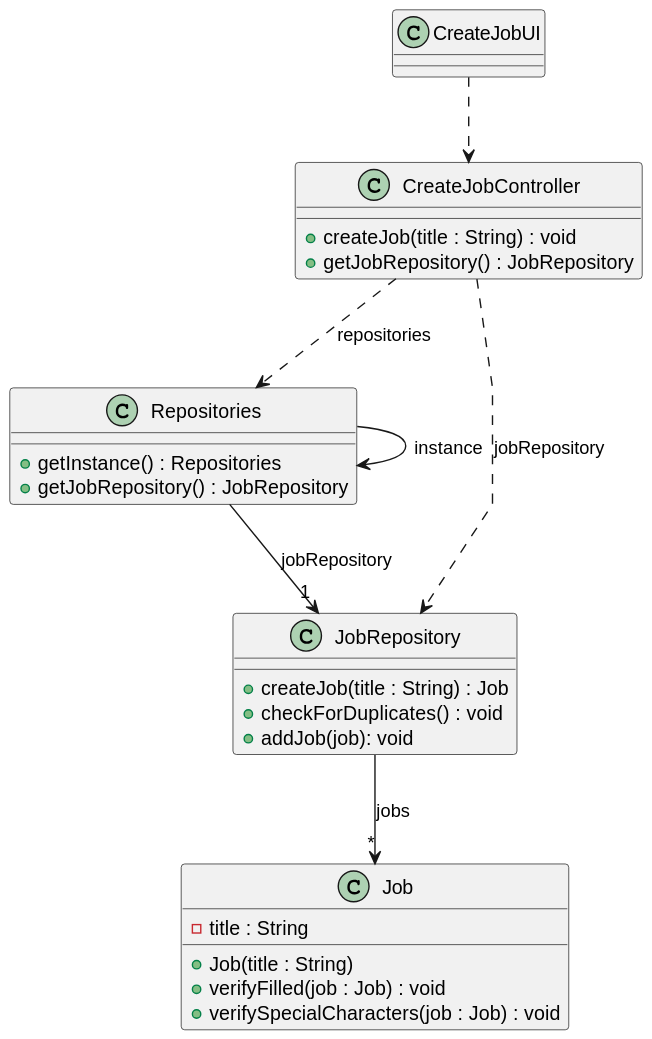
This is docs/sprintB/us002/03.design/svg/us002-class-diagram.svg from ricardomm7/leaflink, a PlantUML export, as it was before one commit.
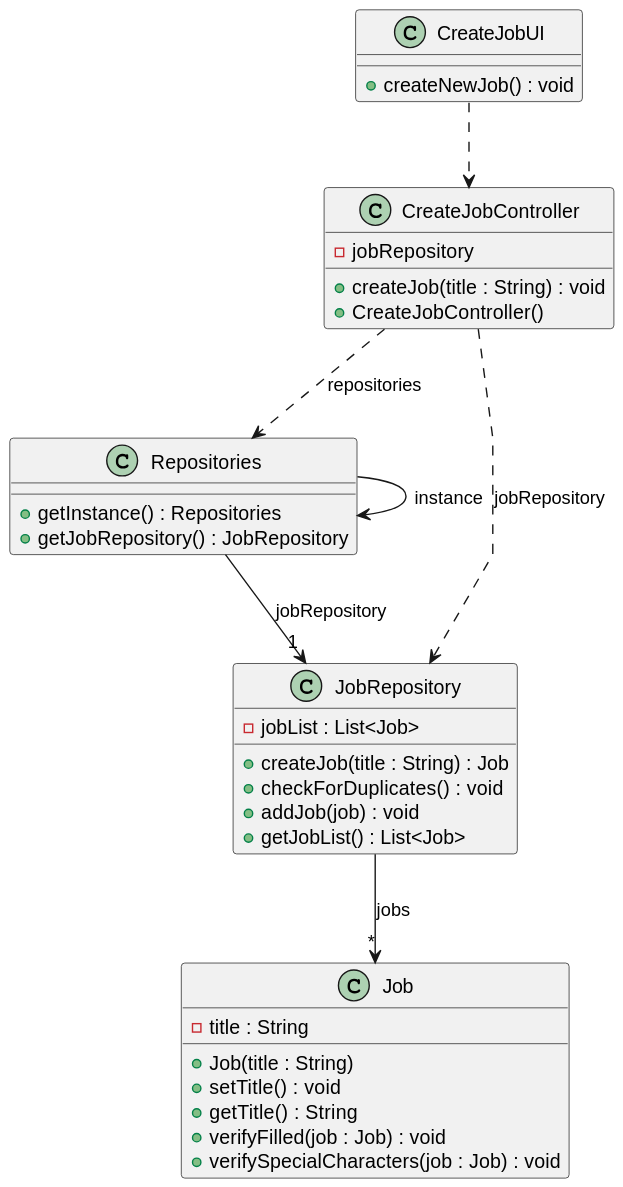
The same file after the commit.

The edit, as a diff of the source:
```diff
@@ -5,11 +5,13 @@
 
 
 class CreateJobUI {
+    +createNewJob() : void
 }
 
 class CreateJobController {
+-jobRepository
     +createJob(title : String) : void
-    +getJobRepository() : JobRepository
+    +CreateJobController()
 }
 
 class Repositories {
@@ -18,14 +20,18 @@
 }
 
 class JobRepository {
+-jobList : List<Job>
     +createJob(title : String) : Job
     +checkForDuplicates() : void
-    +addJob(job): void
+    +addJob(job) : void
+    +getJobList() : List<Job>
 }
 
 class Job {
     - title : String
     + Job(title : String)
+    + setTitle() : void
+    + getTitle() : String
     +verifyFilled(job : Job) : void
     +verifySpecialCharacters(job : Job) : void
 }
```
